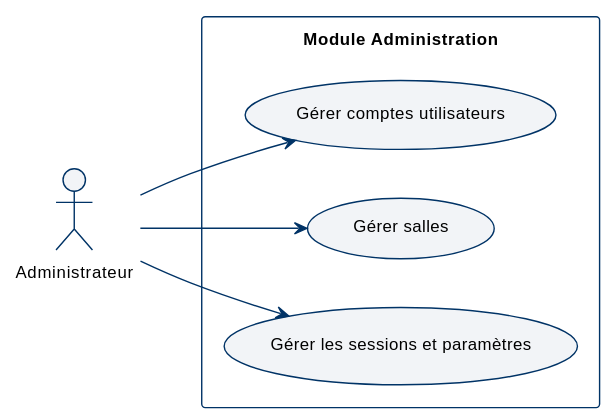
Before: diagrams/svg/uc_admin.svg, a diagram exported from PlantUML (abdelaziz-ebourki/system-gestion-soutenance).
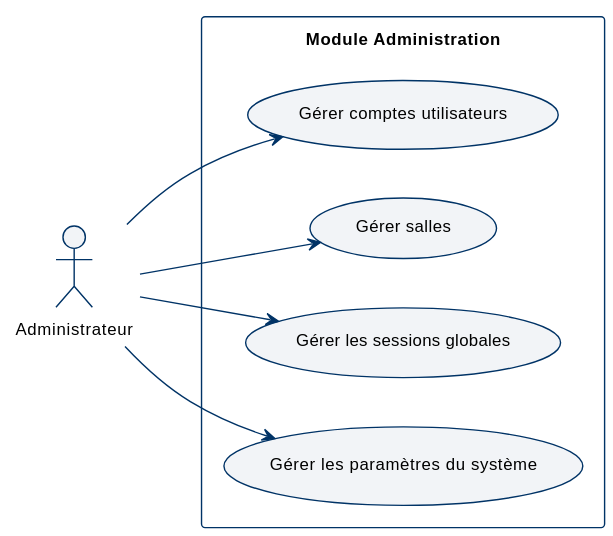
After the commit.

Diff of the diagram source:
```diff
@@ -7,10 +7,12 @@
 rectangle "Module Administration" {
     usecase "Gérer comptes utilisateurs" as UC1
     usecase "Gérer salles" as UC2
-    usecase "Gérer les sessions et paramètres" as UC4
+    usecase "Gérer les sessions globales" as UC3
+    usecase "Gérer les  paramètres du système" as UC4
 }
 
 Admin --> UC1
 Admin --> UC2
+Admin --> UC3
 Admin --> UC4
 @enduml
```
